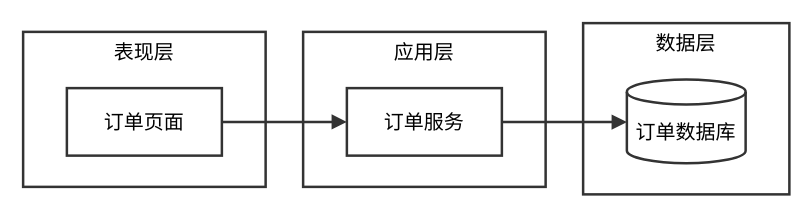
The draw.io diagram system/skills/uml-diagrams-new/examples/preview/structure-service-layers.drawio in willyu1007/AI-Related-Auxiliary, before the edit. Source tidied: cells renumbered, new cells numbered last; positions are measured from the earlier drawing's top-left corner, leaving out a move shared by most shapes. Both pictures are drawn from the tidied source at 125%, with x=0, y=0 at pixel (22, 22).
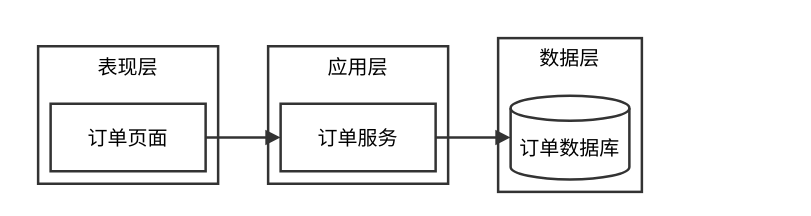
The same diagram, later.

Change to the diagram source:
```diff
@@
 <mxGraphModel>
   <root>
     <mxCell id="0" />
     <mxCell id="1" parent="0" />
     <mxCell id="2" value="表现层" style="html=1;whiteSpace=wrap;strokeWidth=2;verticalAlign=top;fillColor=#ffffff;strokeColor=#333333;fontColor=#000000;fontFamily=Microsoft YaHei;fontSize=16;" parent="1" vertex="1">
-      <mxGeometry y="7" width="194" height="124" as="geometry" />
+      <mxGeometry x="12" y="18.5" width="144" height="110" as="geometry" />
     </mxCell>
     <mxCell id="3" value="订单页面" style="html=1;whiteSpace=wrap;strokeWidth=2;fillColor=#ffffff;strokeColor=#333333;fontColor=#000000;fontFamily=Microsoft YaHei;fontSize=16;" parent="2" vertex="1">
-      <mxGeometry x="35" y="45" width="124" height="54" as="geometry" />
+      <mxGeometry x="10" y="46" width="124" height="54" as="geometry" />
     </mxCell>
     <mxCell id="4" value="应用层" style="html=1;whiteSpace=wrap;strokeWidth=2;verticalAlign=top;fillColor=#ffffff;strokeColor=#333333;fontColor=#000000;fontFamily=Microsoft YaHei;fontSize=16;" parent="1" vertex="1">
-      <mxGeometry x="224" y="7" width="194" height="124" as="geometry" />
+      <mxGeometry x="196" y="18.5" width="144" height="110" as="geometry" />
     </mxCell>
     <mxCell id="5" value="订单服务" style="html=1;whiteSpace=wrap;strokeWidth=2;fillColor=#ffffff;strokeColor=#333333;fontColor=#000000;fontFamily=Microsoft YaHei;fontSize=16;" parent="4" vertex="1">
-      <mxGeometry x="35" y="45" width="124" height="54" as="geometry" />
+      <mxGeometry x="10" y="46" width="124" height="54" as="geometry" />
     </mxCell>
     <mxCell id="6" value="数据层" style="html=1;whiteSpace=wrap;strokeWidth=2;verticalAlign=top;fillColor=#ffffff;strokeColor=#333333;fontColor=#000000;fontFamily=Microsoft YaHei;fontSize=16;" parent="1" vertex="1">
-      <mxGeometry x="448" width="165" height="137" as="geometry" />
+      <mxGeometry x="380" y="12" width="115" height="123" as="geometry" />
     </mxCell>
     <mxCell id="7" value="订单数据库" style="html=1;shape=cylinder3;boundedLbl=1;backgroundOutline=1;size=10;strokeWidth=2;whiteSpace=wrap;fillColor=#ffffff;strokeColor=#333333;fontColor=#000000;fontFamily=Microsoft YaHei;fontSize=16;" parent="6" vertex="1">
-      <mxGeometry x="35" y="45" width="95" height="67" as="geometry" />
+      <mxGeometry x="10" y="46" width="95" height="67" as="geometry" />
     </mxCell>
-    <mxCell id="8" style="curved=0;startArrow=none;endArrow=block;endSize=7;strokeColor=#333333;exitX=1;exitY=0.5;entryX=0;entryY=0.5;fontFamily=Microsoft YaHei;fontSize=14;fontColor=#000000;strokeWidth=2;labelBackgroundColor=#ffffff;endFill=1;edgeStyle=orthogonalEdgeStyle;rounded=0;" parent="1" edge="1" source="3" target="5">
-      <mxGeometry relative="1" as="geometry" />
+    <mxCell id="8" style="edgeStyle=orthogonalEdgeStyle;rounded=0;curved=0;startArrow=none;endArrow=block;endSize=7;strokeColor=#333333;exitX=1;exitY=0.5;entryX=0;entryY=0.5;fontFamily=Microsoft YaHei;fontSize=14;fontColor=#000000;strokeWidth=2;labelBackgroundColor=#ffffff;endFill=1;" parent="1" edge="1" source="3" target="5">
+      <mxGeometry relative="1" as="geometry">
+        <Array as="points">
+          <mxPoint x="161" y="91.5" />
+          <mxPoint x="191" y="91.5" />
+        </Array>
+      </mxGeometry>
     </mxCell>
-    <mxCell id="9" style="curved=0;startArrow=none;endArrow=block;endSize=7;strokeColor=#333333;exitX=1;exitY=0.5;entryX=0;entryY=0.51;fontFamily=Microsoft YaHei;fontSize=14;fontColor=#000000;strokeWidth=2;labelBackgroundColor=#ffffff;endFill=1;edgeStyle=orthogonalEdgeStyle;rounded=0;" parent="1" edge="1" source="5" target="7">
-      <mxGeometry relative="1" as="geometry" />
+    <mxCell id="9" style="edgeStyle=orthogonalEdgeStyle;rounded=0;curved=0;startArrow=none;endArrow=block;endSize=7;strokeColor=#333333;exitX=1;exitY=0.5;entryX=0;entryY=0.5;fontFamily=Microsoft YaHei;fontSize=14;fontColor=#000000;strokeWidth=2;labelBackgroundColor=#ffffff;endFill=1;" parent="1" edge="1" source="5" target="7">
+      <mxGeometry relative="1" as="geometry">
+        <Array as="points">
+          <mxPoint x="345" y="91.5" />
+          <mxPoint x="375" y="91.5" />
+        </Array>
+      </mxGeometry>
     </mxCell>
   </root>
 </mxGraphModel>
```
